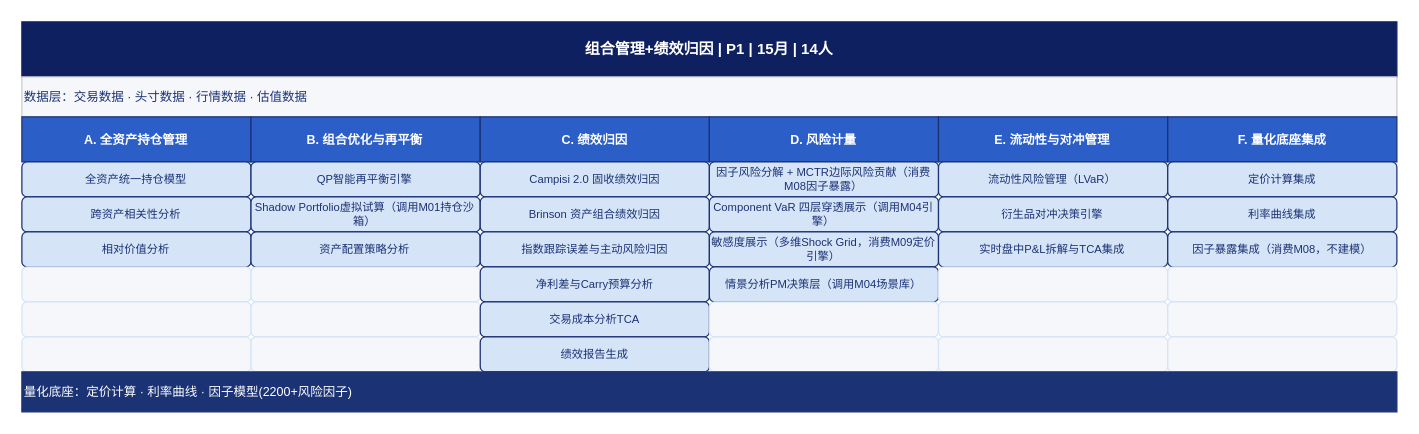
Before: Feasibility_analysis/drawio/detail_07_组合管理+绩效归因.drawio in BellyFish99/ficc-projDocs, a draw.io diagram. Source tidied: cells renumbered, new cells numbered last; positions are measured from the earlier drawing's top-left corner, leaving out a move shared by most shapes. Both pictures are drawn from the tidied source at 125%, with x=0, y=0 at pixel (21, 21).
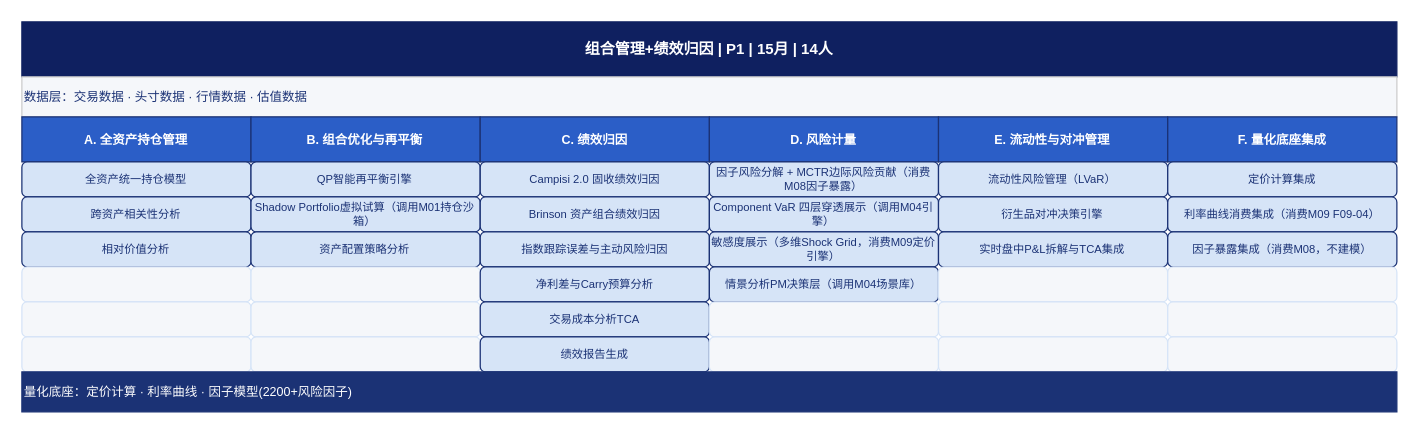
The same page after the edit.

What changed in the source:
```diff
@@
-    <mxCell id="21" value="利率曲线集成" style="rounded=1;whiteSpace=wrap;html=1;fillColor=#D6E4F7;fontColor=#1B3275;strokeColor=#1B3275;fontSize=9;align=center;verticalAlign=middle;" parent="1" vertex="1">
+    <mxCell id="21" value="利率曲线消费集成（消费M09 F09-04）" style="rounded=1;whiteSpace=wrap;html=1;fillColor=#D6E4F7;fontColor=#1B3275;strokeColor=#1B3275;fontSize=9;align=center;verticalAlign=middle;" parent="1" vertex="1">
       <mxGeometry x="916.7" y="140" width="183.3" height="28" as="geometry" />
     </mxCell>
```
